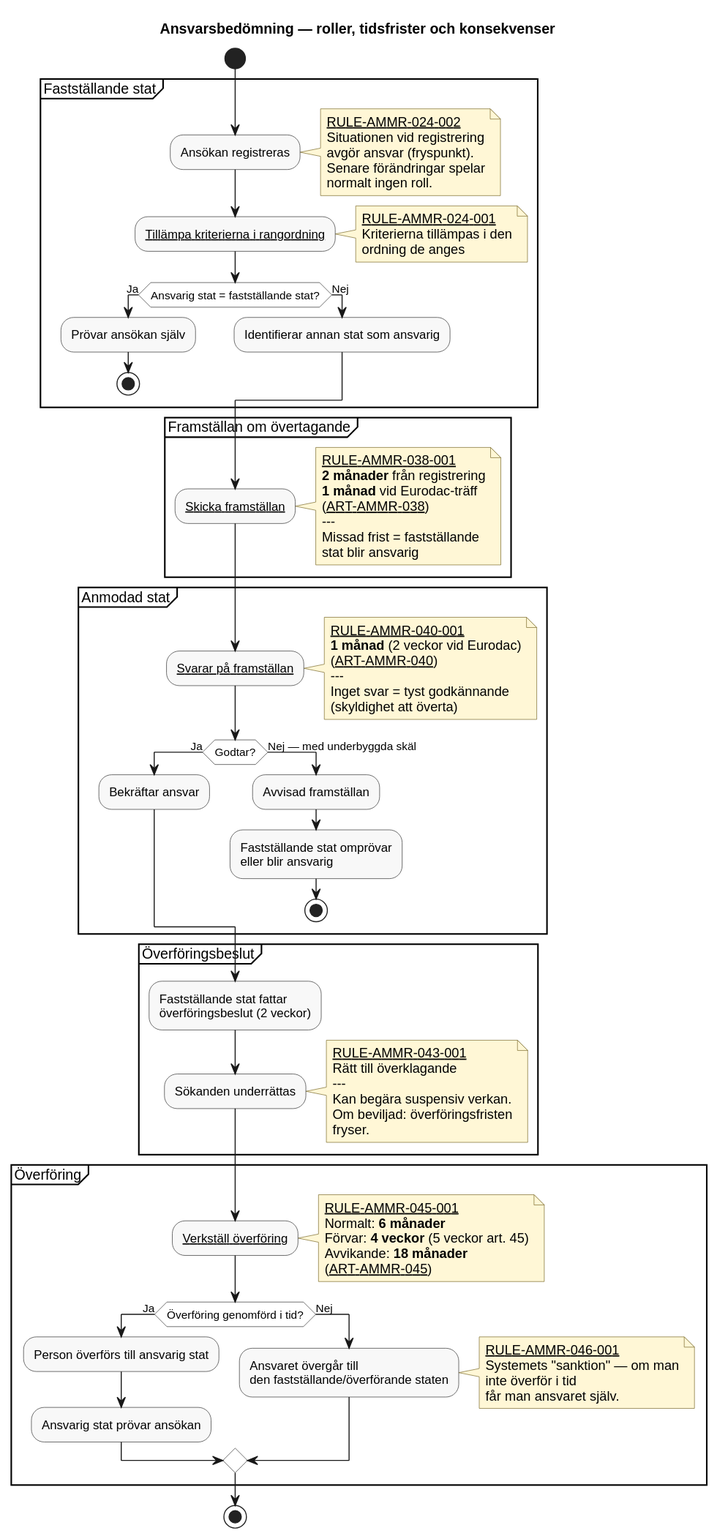
This is docs/domains/responsibility/diagrams/responsibility-overview.svg from chrhe894/migration_pact, a PlantUML export, as it was before one commit.
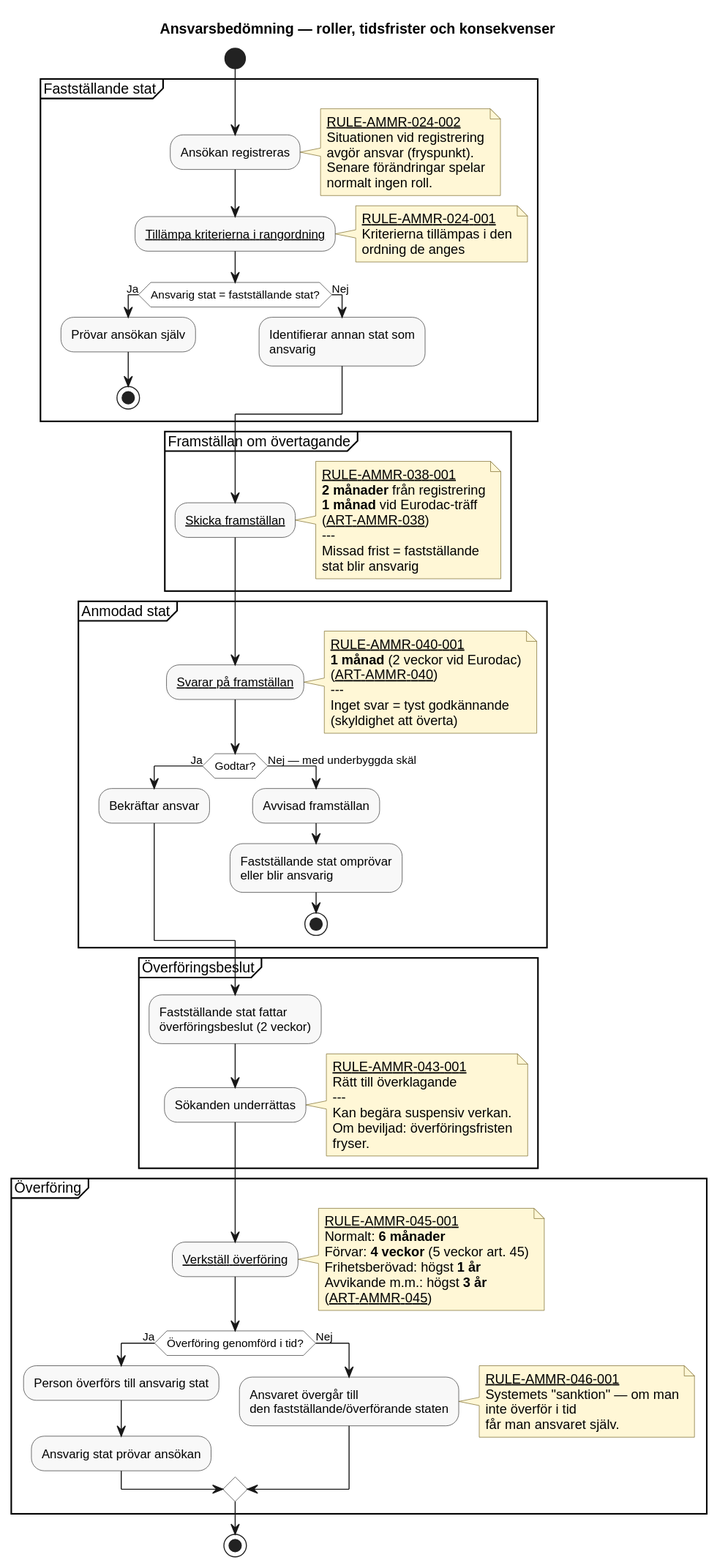
Above is the later version.

The edit, as a diff of the source:
```diff
@@ -39,7 +39,7 @@
     :Prövar ansökan själv;
     stop
   else (Nej)
-    :Identifierar annan stat som ansvarig;
+    :Identifierar annan stat som\nansvarig;
   endif
 }
 
@@ -98,7 +98,8 @@
     [[../rules/rule-ammr-045-001.md RULE-AMMR-045-001]]
     Normalt: **6 månader**
     Förvar: **4 veckor** (5 veckor art. 45)
-    Avvikande: **18 månader**
+    Frihetsberövad: högst **1 år**
+    Avvikande m.m.: högst **3 år**
     ([[../articles/ammr-045.md ART-AMMR-045]])
   end note
 
```
